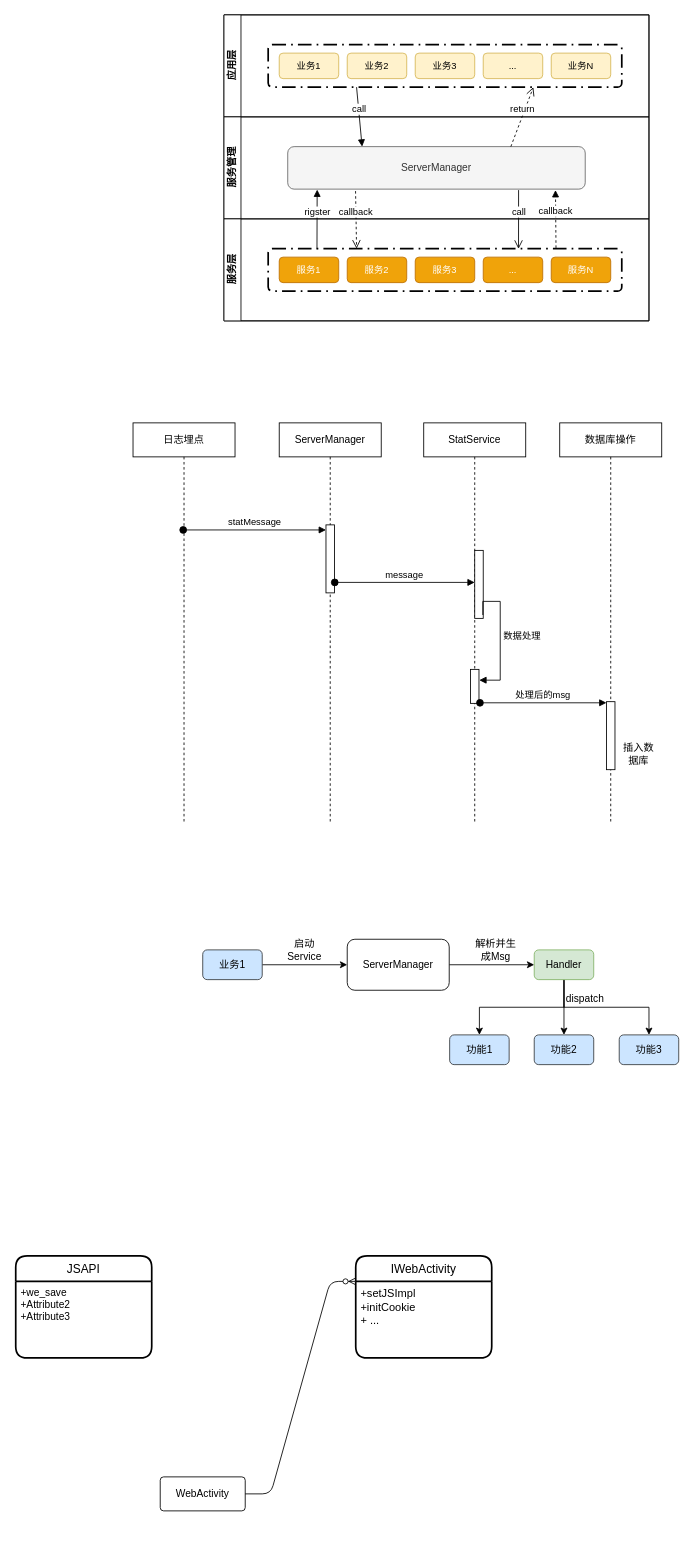
Before: notes/design/WebView.drawio in yyht800/SiGuoYa, a draw.io diagram. Source tidied: cells renumbered, new cells numbered last; positions are measured from the earlier drawing's top-left corner, leaving out a move shared by most shapes. Both pictures are drawn from the tidied source at 85%, with x=0, y=0 at pixel (15, 14).
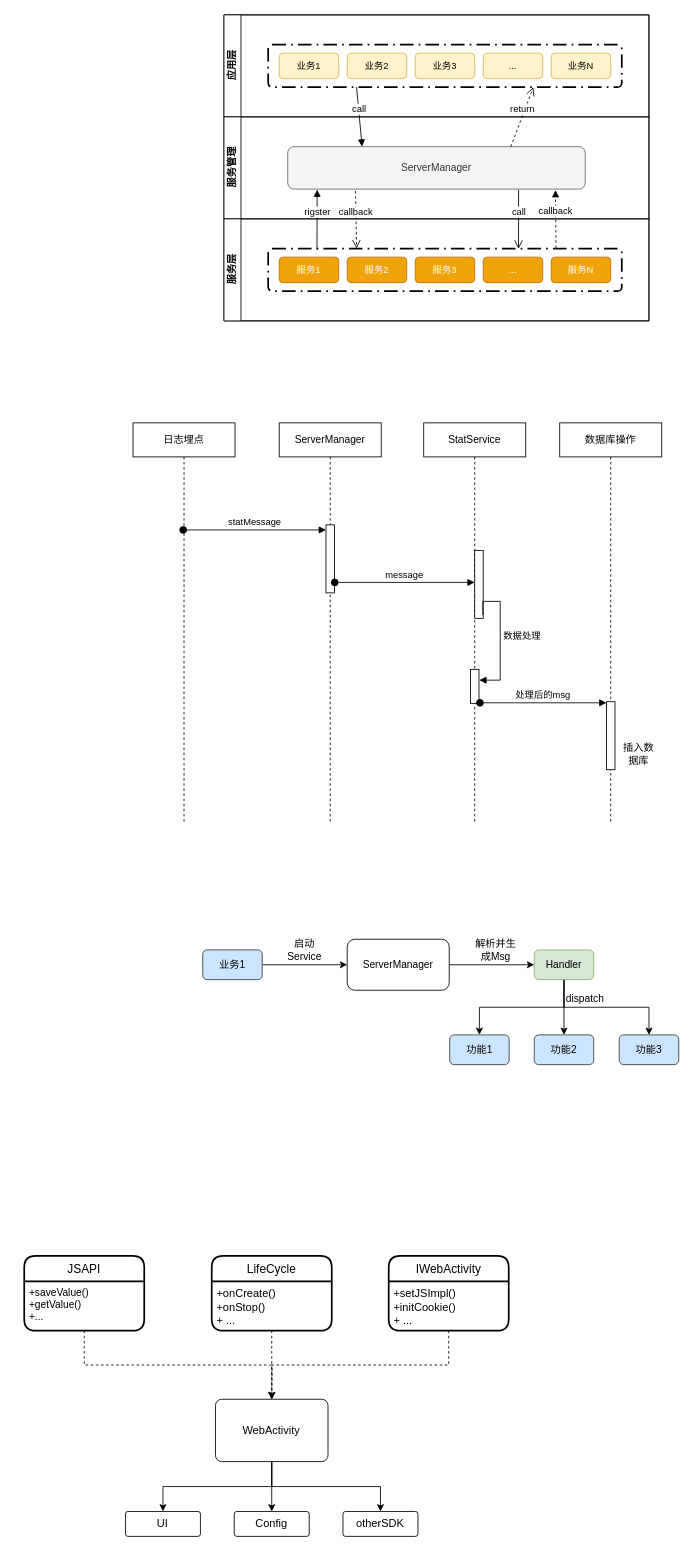
The same page after the edit.

Change to the diagram source:
```diff
@@
+    <mxCell id="58" style="group;" parent="1" vertex="1">
+      <mxGeometry x="10" y="1460" width="570" height="330" as="geometry" />
+    </mxCell>
-    <mxCell id="52" value="IWebActivity" style="swimlane;horizontal=1;startSize=30;rounded=1;fontSize=14;fontStyle=0;strokeWidth=2;shadow=0;dashed=0;align=center;" parent="1" vertex="1">
-      <mxGeometry x="400" y="1460" width="160" height="120" as="geometry" />
+    <mxCell id="52" value="IWebActivity" style="swimlane;horizontal=1;startSize=30;rounded=1;fontSize=14;fontStyle=0;strokeWidth=2;shadow=0;dashed=0;align=center;" parent="58" vertex="1">
+      <mxGeometry x="428.8" width="141.2" height="88" as="geometry" />
     </mxCell>
-    <mxCell id="53" value="+setJSImpl&#10;+initCookie&#10;+ ..." style="align=left;strokeColor=none;fillColor=none;spacingLeft=4;fontSize=13;verticalAlign=top;" parent="52" vertex="1">
-      <mxGeometry y="30" width="160" height="90" as="geometry" />
+    <mxCell id="53" value="+setJSImpl()&#10;+initCookie()&#10;+ ..." style="align=left;strokeColor=none;fillColor=none;spacingLeft=4;fontSize=13;verticalAlign=top;" parent="52" vertex="1">
+      <mxGeometry y="30" width="141.2" height="58" as="geometry" />
     </mxCell>
-    <mxCell id="54" value="WebActivity" style="rounded=1;arcSize=10;whiteSpace=wrap;html=1;align=center;" parent="1" vertex="1">
-      <mxGeometry x="170" y="1720" width="100" height="40" as="geometry" />
-    </mxCell>
-    <mxCell id="55" style="edgeStyle=entityRelationEdgeStyle;fontSize=12;html=1;endArrow=ERzeroToMany;endFill=1;exitX=1;exitY=0.5;exitDx=0;exitDy=0;entryX=0;entryY=0;entryDx=0;entryDy=0;" parent="1" edge="1" source="54" target="53">
-      <mxGeometry relative="1" as="geometry" />
-    </mxCell>
-    <mxCell id="56" value="JSAPI" style="swimlane;horizontal=1;startSize=30;rounded=1;fontSize=14;fontStyle=0;strokeWidth=2;shadow=0;dashed=0;align=center;" parent="1" vertex="1">
-      <mxGeometry y="1460" width="160" height="120" as="geometry" />
+    <mxCell id="56" value="JSAPI" style="swimlane;horizontal=1;startSize=30;rounded=1;fontSize=14;fontStyle=0;strokeWidth=2;shadow=0;dashed=0;align=center;" parent="58" vertex="1">
+      <mxGeometry width="141.2" height="88" as="geometry" />
     </mxCell>
-    <mxCell id="57" value="+we_save&#10;+Attribute2&#10;+Attribute3" style="align=left;strokeColor=none;fillColor=none;spacingLeft=4;fontSize=12;verticalAlign=top;" parent="56" vertex="1">
-      <mxGeometry y="30" width="160" height="90" as="geometry" />
+    <mxCell id="57" value="+saveValue()&#10;+getValue()&#10;+..." style="align=left;strokeColor=none;fillColor=none;spacingLeft=4;fontSize=12;verticalAlign=top;" parent="56" vertex="1">
+      <mxGeometry y="30" width="141.2" height="58" as="geometry" />
     </mxCell>
+    <mxCell id="54" value="WebActivity" style="rounded=1;arcSize=10;whiteSpace=wrap;html=1;align=center;fontSize=13;" parent="58" vertex="1">
+      <mxGeometry x="225" y="168.7" width="132.4" height="73.3" as="geometry" />
+    </mxCell>
+    <mxCell id="59" value="LifeCycle" style="swimlane;horizontal=1;startSize=30;rounded=1;fontSize=14;fontStyle=0;strokeWidth=2;shadow=0;dashed=0;align=center;" parent="58" vertex="1">
+      <mxGeometry x="220.6" width="141.2" height="88" as="geometry" />
+    </mxCell>
+    <mxCell id="60" value="+onCreate()&#10;+onStop()&#10;+ ..." style="align=left;strokeColor=none;fillColor=none;spacingLeft=4;fontSize=13;verticalAlign=top;" parent="59" vertex="1">
+      <mxGeometry y="30" width="141.2" height="58" as="geometry" />
+    </mxCell>
+    <mxCell id="61" style="edgeStyle=orthogonalEdgeStyle;rounded=0;jettySize=auto;html=1;exitX=0.5;exitY=1;exitDx=0;exitDy=0;entryX=0.5;entryY=0;entryDx=0;entryDy=0;dashed=1;fontSize=13;" parent="58" edge="1" source="57" target="54">
+      <mxGeometry relative="1" as="geometry" />
+    </mxCell>
+    <mxCell id="62" style="edgeStyle=orthogonalEdgeStyle;rounded=0;jettySize=auto;html=1;exitX=0.5;exitY=1;exitDx=0;exitDy=0;dashed=1;fontSize=13;" parent="58" edge="1" source="60">
+      <mxGeometry relative="1" as="geometry">
+        <mxPoint x="291.2" y="168.7" as="targetPoint" />
+      </mxGeometry>
+    </mxCell>
+    <mxCell id="63" style="edgeStyle=orthogonalEdgeStyle;rounded=0;jettySize=auto;html=1;exitX=0.5;exitY=1;exitDx=0;exitDy=0;dashed=1;fontSize=13;" parent="58" edge="1" source="53">
+      <mxGeometry relative="1" as="geometry">
+        <mxPoint x="291.2" y="168.7" as="targetPoint" />
+      </mxGeometry>
+    </mxCell>
+    <mxCell id="64" value="otherSDK" style="rounded=1;arcSize=10;whiteSpace=wrap;html=1;align=center;fontSize=13;" parent="58" vertex="1">
+      <mxGeometry x="375" y="300.7" width="88.2" height="29.3" as="geometry" />
+    </mxCell>
+    <mxCell id="65" style="edgeStyle=orthogonalEdgeStyle;rounded=0;jettySize=auto;html=1;exitX=0.5;exitY=1;exitDx=0;exitDy=0;fontSize=13;" parent="58" edge="1" source="54" target="64">
+      <mxGeometry relative="1" as="geometry" />
+    </mxCell>
+    <mxCell id="66" value="Config" style="rounded=1;arcSize=10;whiteSpace=wrap;html=1;align=center;fontSize=13;" parent="58" vertex="1">
+      <mxGeometry x="247.1" y="300.7" width="88.2" height="29.3" as="geometry" />
+    </mxCell>
+    <mxCell id="67" style="edgeStyle=orthogonalEdgeStyle;rounded=0;jettySize=auto;html=1;exitX=0.5;exitY=1;exitDx=0;exitDy=0;fontSize=13;" parent="58" edge="1" source="54" target="66">
+      <mxGeometry relative="1" as="geometry" />
+    </mxCell>
+    <mxCell id="68" value="UI" style="rounded=1;arcSize=10;whiteSpace=wrap;html=1;align=center;fontSize=13;" parent="58" vertex="1">
+      <mxGeometry x="119.1" y="300.7" width="88.2" height="29.3" as="geometry" />
+    </mxCell>
+    <mxCell id="69" style="edgeStyle=orthogonalEdgeStyle;rounded=0;jettySize=auto;html=1;exitX=0.5;exitY=1;exitDx=0;exitDy=0;fontSize=13;" parent="58" edge="1" source="54" target="68">
+      <mxGeometry relative="1" as="geometry" />
+    </mxCell>
```
